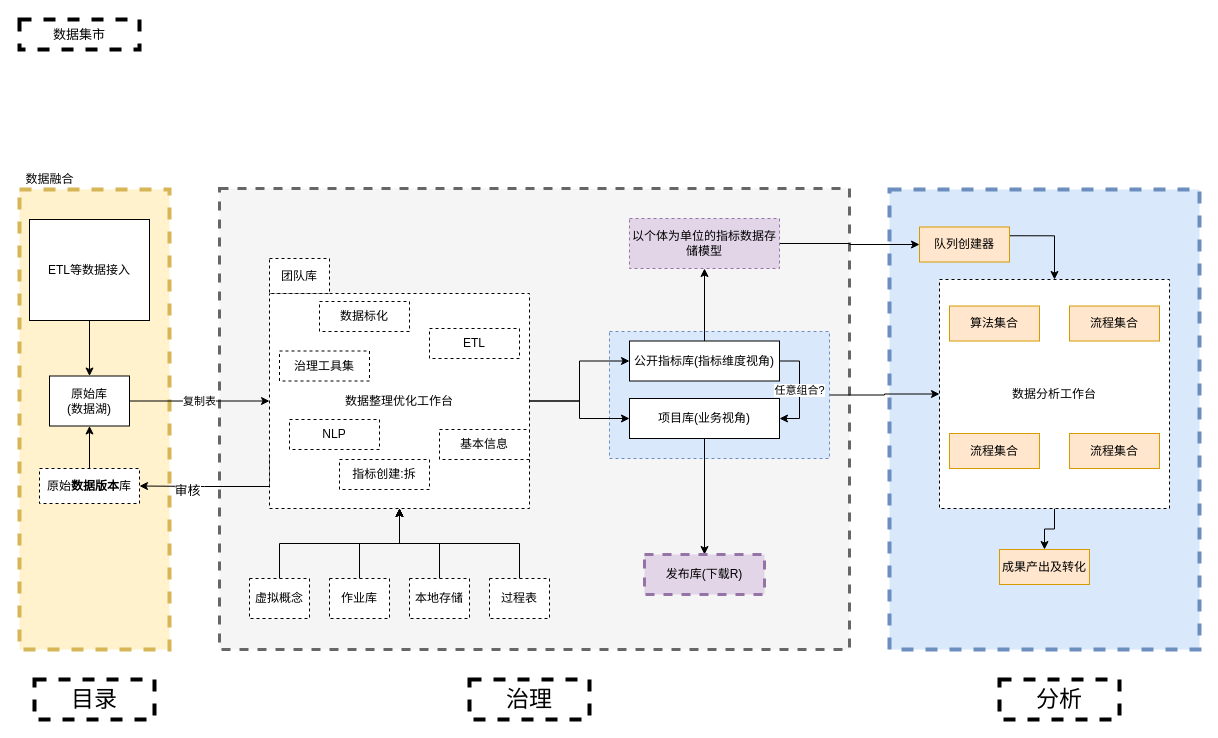
Above: page "流程梳理改进版" (7 of 7) of 华链系统重构分析.drawio in xinglongMedical/drawio (draw.io), before the change. Source tidied: cells renumbered, new cells numbered last; positions are measured from the earlier drawing's top-left corner, leaving out a move shared by most shapes. Both pictures are drawn from the tidied source at 100%, with x=0, y=0 at pixel (19, 19).
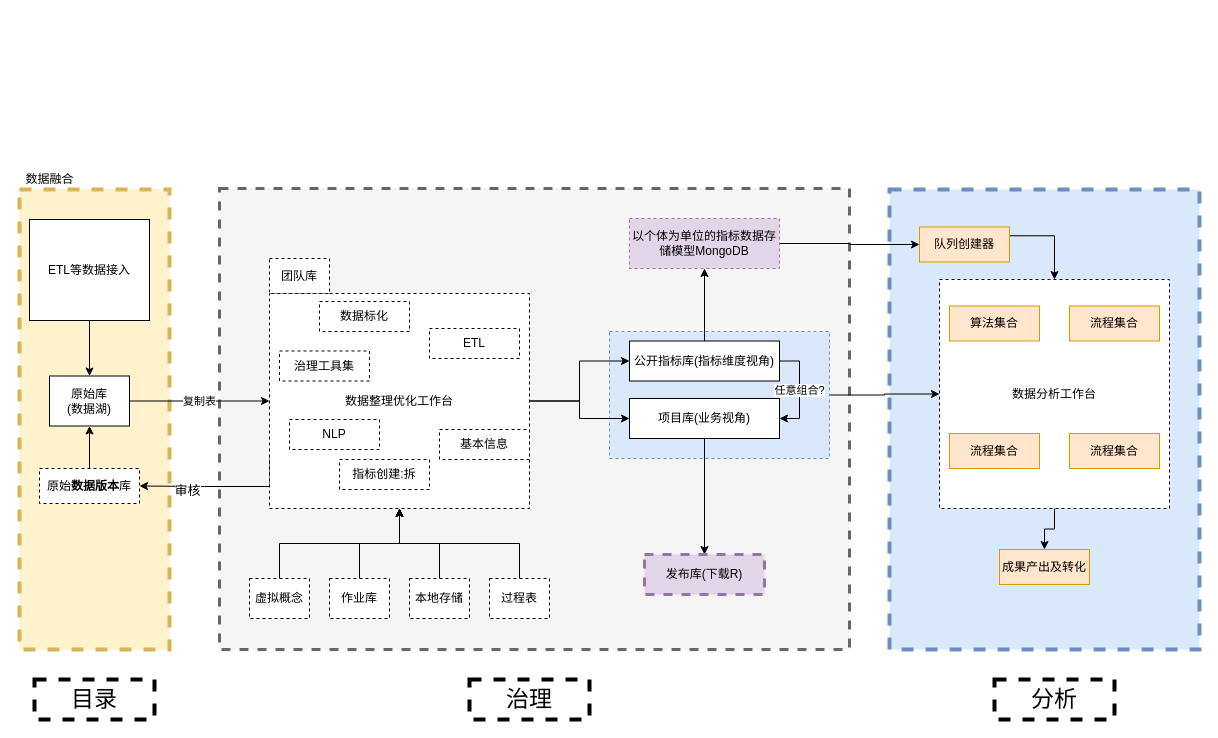
Above is the later version.

Diff of the diagram source:
```diff
@@
-    <mxCell id="34" value="&lt;span&gt;以个体为单位的指标数据存储模型&lt;/span&gt;" style="rounded=0;whiteSpace=wrap;html=1;dashed=1;fillColor=#e1d5e7;strokeColor=#9673a6;" parent="1" vertex="1">
+    <mxCell id="34" value="&lt;span&gt;以个体为单位的指标数据存储模型MongoDB&lt;/span&gt;" style="rounded=0;whiteSpace=wrap;html=1;dashed=1;fillColor=#e1d5e7;strokeColor=#9673a6;" parent="1" vertex="1">
       <mxGeometry x="610" y="199" width="150" height="50" as="geometry" />
     </mxCell>
@@
     <mxCell id="53" value="分析" style="rounded=0;whiteSpace=wrap;html=1;dashed=1;strokeWidth=4;fontSize=23;" parent="1" vertex="1">
-      <mxGeometry x="980" y="660" width="120" height="40" as="geometry" />
+      <mxGeometry x="975" y="660" width="120" height="40" as="geometry" />
     </mxCell>
-    <mxCell id="54" value="数据集市" style="rounded=0;whiteSpace=wrap;html=1;dashed=1;strokeWidth=4;fontSize=13;" parent="1" vertex="1">
-      <mxGeometry width="120" height="30" as="geometry" />
-    </mxCell>
```
